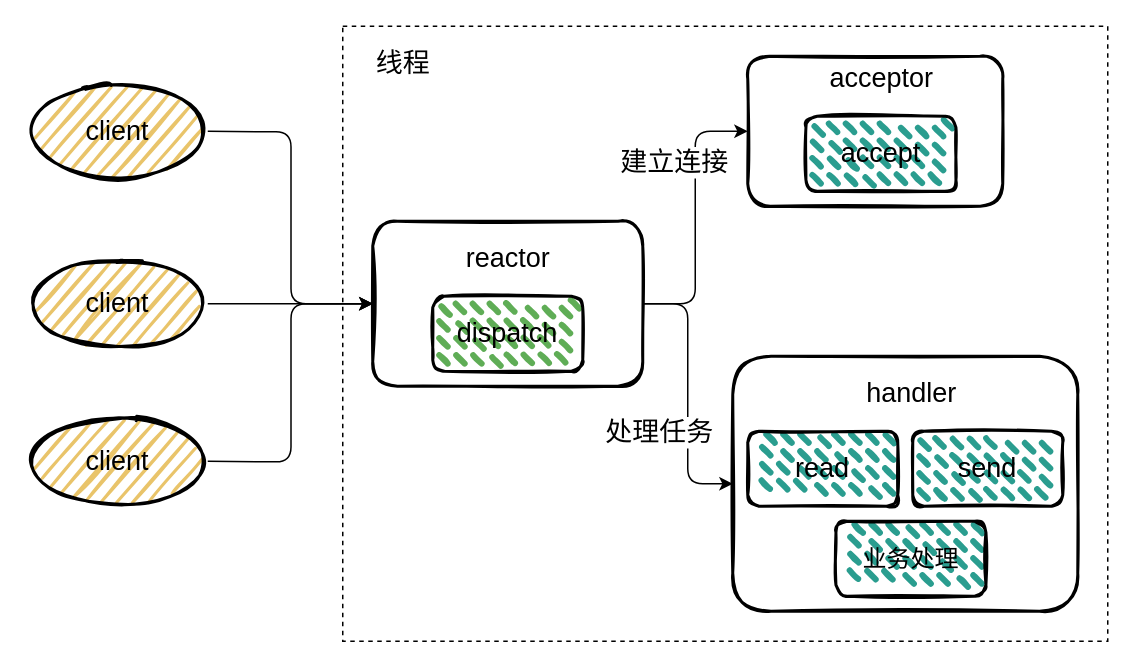
Earlier version of the draw.io diagram page "reactor-1" (2 of 29) of redis/redis.drawio (boilingfrog/Go-POINT). Source tidied: cells renumbered, new cells numbered last; positions are measured from the earlier drawing's top-left corner, leaving out a move shared by most shapes. Both pictures are drawn from the tidied source at 150%, with x=0, y=0 at pixel (27, 26).
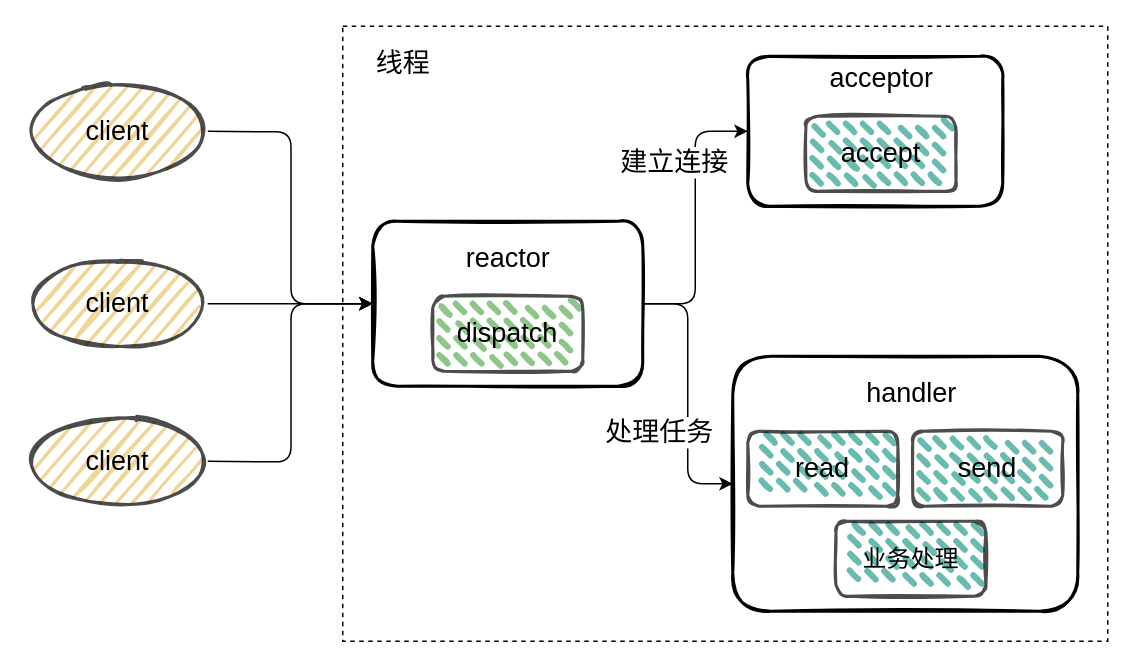
The same page after the edit.

What changed in the source:
```diff
@@
-    <mxCell id="10" value="&lt;font style=&quot;font-size: 18px&quot;&gt;client&lt;/font&gt;" style="ellipse;whiteSpace=wrap;html=1;strokeWidth=2;fillWeight=2;hachureGap=8;fillColor=#E9C46A;fillStyle=dots;sketch=1;fontSize=16;" parent="1" vertex="1">
+    <mxCell id="10" value="&lt;font style=&quot;font-size: 18px&quot;&gt;client&lt;/font&gt;" style="ellipse;whiteSpace=wrap;html=1;strokeWidth=2;fillWeight=2;hachureGap=8;fillColor=#E9C46A;fillStyle=dots;sketch=1;fontSize=16;opacity=70;" parent="1" vertex="1">
       <mxGeometry y="40" width="120" height="60" as="geometry" />
     </mxCell>
@@
-    <mxCell id="12" value="&lt;font style=&quot;font-size: 18px&quot;&gt;client&lt;/font&gt;" style="ellipse;whiteSpace=wrap;html=1;strokeWidth=2;fillWeight=2;hachureGap=8;fillColor=#E9C46A;fillStyle=dots;sketch=1;fontSize=16;" parent="1" vertex="1">
+    <mxCell id="12" value="&lt;font style=&quot;font-size: 18px&quot;&gt;client&lt;/font&gt;" style="ellipse;whiteSpace=wrap;html=1;strokeWidth=2;fillWeight=2;hachureGap=8;fillColor=#E9C46A;fillStyle=dots;sketch=1;fontSize=16;opacity=70;" parent="1" vertex="1">
       <mxGeometry y="155" width="120" height="60" as="geometry" />
     </mxCell>
-    <mxCell id="13" value="&lt;font style=&quot;font-size: 18px&quot;&gt;client&lt;/font&gt;" style="ellipse;whiteSpace=wrap;html=1;strokeWidth=2;fillWeight=2;hachureGap=8;fillColor=#E9C46A;fillStyle=dots;sketch=1;fontSize=16;" parent="1" vertex="1">
+    <mxCell id="13" value="&lt;font style=&quot;font-size: 18px&quot;&gt;client&lt;/font&gt;" style="ellipse;whiteSpace=wrap;html=1;strokeWidth=2;fillWeight=2;hachureGap=8;fillColor=#E9C46A;fillStyle=dots;sketch=1;fontSize=16;opacity=70;" parent="1" vertex="1">
       <mxGeometry y="260" width="120" height="60" as="geometry" />
     </mxCell>
-    <mxCell id="14" value="&lt;font style=&quot;font-size: 18px&quot;&gt;dispatch&lt;/font&gt;" style="rounded=1;whiteSpace=wrap;html=1;fontSize=16;fillColor=#5FAD56;strokeWidth=2;fillWeight=4;hachureGap=8;fillStyle=dashed;sketch=1;hachureAngle=45;" parent="1" vertex="1">
+    <mxCell id="14" value="&lt;font style=&quot;font-size: 18px&quot;&gt;dispatch&lt;/font&gt;" style="rounded=1;whiteSpace=wrap;html=1;fontSize=16;fillColor=#5FAD56;strokeWidth=2;fillWeight=4;hachureGap=8;fillStyle=dashed;sketch=1;hachureAngle=45;opacity=70;" parent="1" vertex="1">
       <mxGeometry x="270" y="180" width="100" height="50" as="geometry" />
     </mxCell>
@@
-    <mxCell id="18" value="&lt;font style=&quot;font-size: 18px&quot;&gt;accept&lt;/font&gt;" style="rounded=1;whiteSpace=wrap;html=1;fontSize=16;fillColor=#2A9D8F;strokeWidth=2;fillWeight=4;hachureGap=8;fillStyle=dashed;sketch=1;hachureAngle=45;" parent="1" vertex="1">
+    <mxCell id="18" value="&lt;font style=&quot;font-size: 18px&quot;&gt;accept&lt;/font&gt;" style="rounded=1;whiteSpace=wrap;html=1;fontSize=16;fillColor=#2A9D8F;strokeWidth=2;fillWeight=4;hachureGap=8;fillStyle=dashed;sketch=1;hachureAngle=45;opacity=70;" parent="1" vertex="1">
       <mxGeometry x="518.8" y="60" width="100" height="50" as="geometry" />
     </mxCell>
@@
-    <mxCell id="21" value="&lt;font style=&quot;font-size: 18px&quot;&gt;read&lt;/font&gt;" style="rounded=1;whiteSpace=wrap;html=1;fontSize=16;fillColor=#2A9D8F;strokeWidth=2;fillWeight=4;hachureGap=8;fillStyle=dashed;sketch=1;hachureAngle=45;" parent="1" vertex="1">
+    <mxCell id="21" value="&lt;font style=&quot;font-size: 18px&quot;&gt;read&lt;/font&gt;" style="rounded=1;whiteSpace=wrap;html=1;fontSize=16;fillColor=#2A9D8F;strokeWidth=2;fillWeight=4;hachureGap=8;fillStyle=dashed;sketch=1;hachureAngle=45;opacity=70;" parent="1" vertex="1">
       <mxGeometry x="480" y="270" width="100" height="50" as="geometry" />
     </mxCell>
-    <mxCell id="22" value="业务处理" style="rounded=1;whiteSpace=wrap;html=1;fontSize=16;fillColor=#2A9D8F;strokeWidth=2;fillWeight=4;hachureGap=8;fillStyle=dashed;sketch=1;hachureAngle=45;" parent="1" vertex="1">
+    <mxCell id="22" value="业务处理" style="rounded=1;whiteSpace=wrap;html=1;fontSize=16;fillColor=#2A9D8F;strokeWidth=2;fillWeight=4;hachureGap=8;fillStyle=dashed;sketch=1;hachureAngle=45;opacity=70;" parent="1" vertex="1">
       <mxGeometry x="538.8" y="330" width="100" height="50" as="geometry" />
     </mxCell>
-    <mxCell id="23" value="&lt;font style=&quot;font-size: 18px&quot;&gt;send&lt;/font&gt;" style="rounded=1;whiteSpace=wrap;html=1;fontSize=16;fillColor=#2A9D8F;strokeWidth=2;fillWeight=4;hachureGap=8;fillStyle=dashed;sketch=1;hachureAngle=45;" parent="1" vertex="1">
+    <mxCell id="23" value="&lt;font style=&quot;font-size: 18px&quot;&gt;send&lt;/font&gt;" style="rounded=1;whiteSpace=wrap;html=1;fontSize=16;fillColor=#2A9D8F;strokeWidth=2;fillWeight=4;hachureGap=8;fillStyle=dashed;sketch=1;hachureAngle=45;opacity=70;" parent="1" vertex="1">
       <mxGeometry x="590" y="270" width="100" height="50" as="geometry" />
     </mxCell>
```
